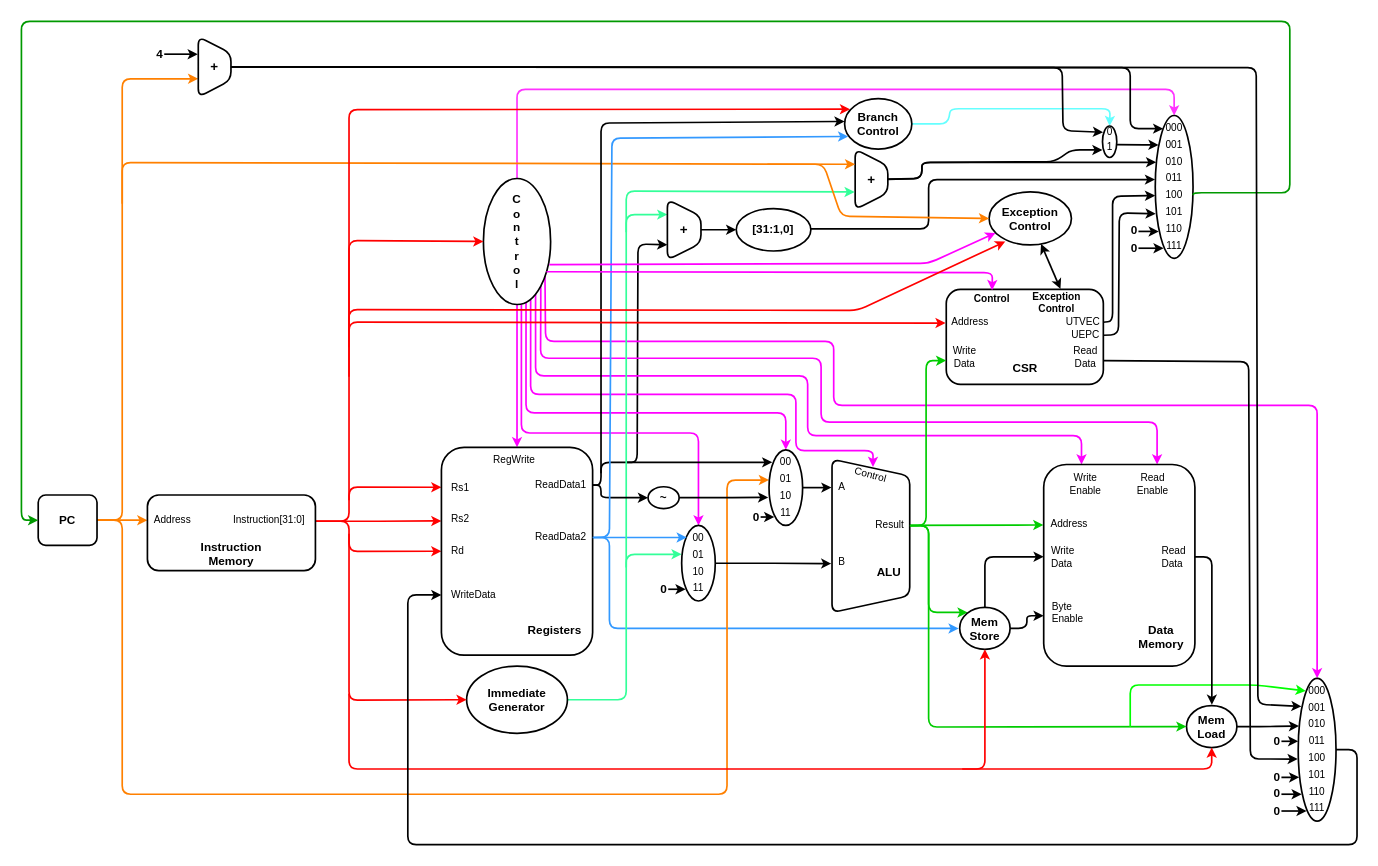
Above: page "RV32I e RV32IM" (1 of 2) of images/diagrams/singlecycle.drawio in arthurbeggs/monografia (draw.io), before the change. Source tidied: cells renumbered, new cells numbered last; positions are measured from the earlier drawing's top-left corner, leaving out a move shared by most shapes. Both pictures are drawn from the tidied source at 84%, with x=0, y=0 at pixel (21, 21).
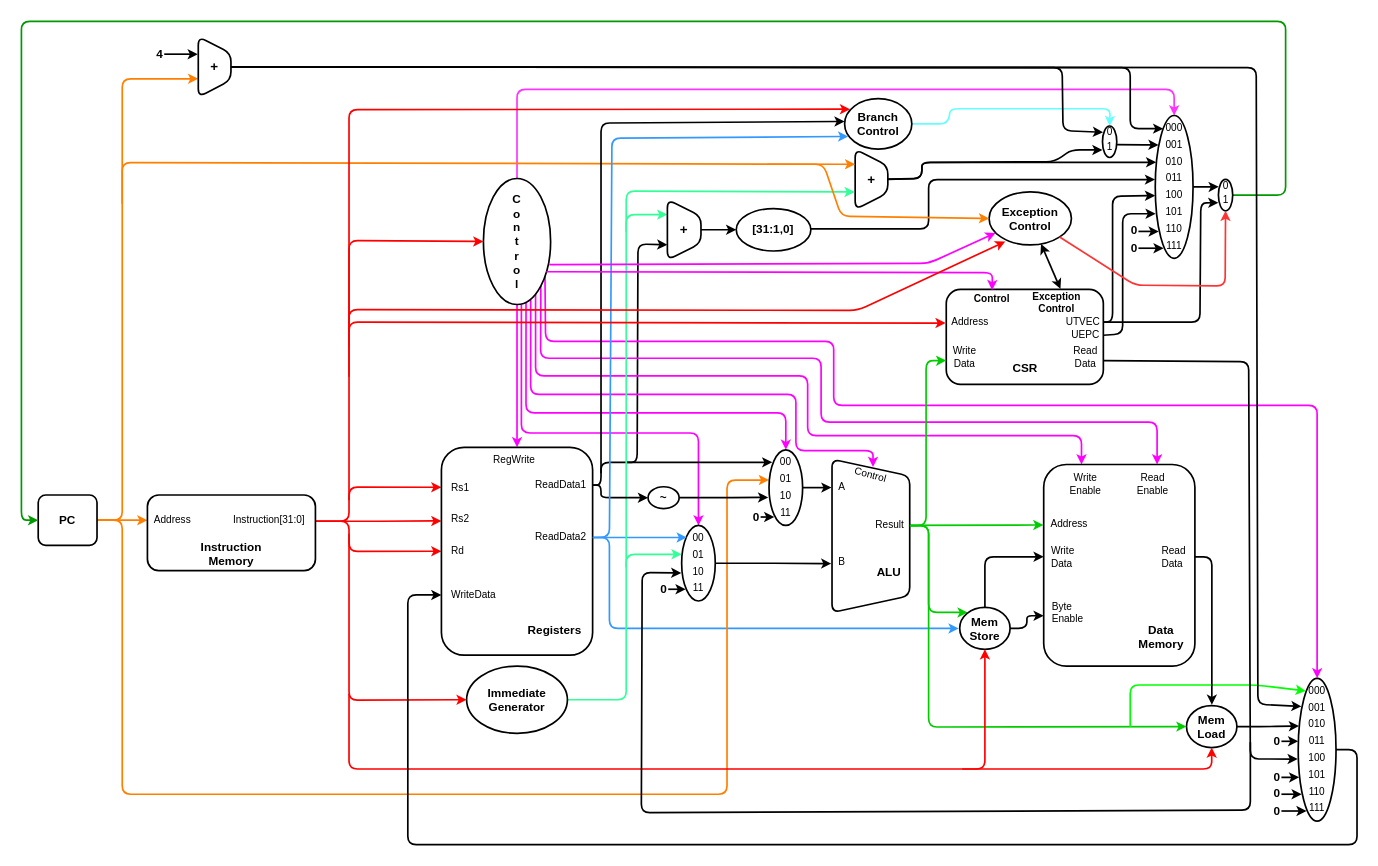
After the change.

Commit message (it also covers changes not shown here):
Finishers Singlecycle diagram and adds multicycle

Unchanged cells that the change refers to:
```xml
<mxCell id="8" value="&lt;b&gt;&lt;font style=&quot;font-size: 14px&quot;&gt;PC&lt;/font&gt;&lt;/b&gt;" style="rounded=1;whiteSpace=wrap;html=1;strokeWidth=2;" parent="1" vertex="1">
  <mxGeometry x="20" y="563.8" width="70" height="60" as="geometry" />
</mxCell>
<mxCell id="37" style="ellipse;whiteSpace=wrap;html=1;rounded=1;strokeWidth=2;align=left;" parent="36" vertex="1">
  <mxGeometry width="40" height="90" as="geometry" />
</mxCell>
<mxCell id="117" style="ellipse;whiteSpace=wrap;html=1;rounded=1;strokeWidth=2;align=left;" parent="116" vertex="1">
  <mxGeometry width="45" height="170" as="geometry" />
</mxCell>
<mxCell id="153" style="rounded=1;whiteSpace=wrap;html=1;strokeWidth=2;" parent="152" vertex="1">
  <mxGeometry width="187" height="113" as="geometry" />
</mxCell>
<mxCell id="169" value="&lt;b style=&quot;font-size: 14px&quot;&gt;Exception&lt;br&gt;Control&lt;/b&gt;" style="ellipse;whiteSpace=wrap;html=1;strokeWidth=2;" parent="1" vertex="1">
  <mxGeometry x="1152" y="203" width="98" height="63" as="geometry" />
</mxCell>
```

What changed in the source:
```diff
@@
-    <mxCell id="130" style="edgeStyle=orthogonalEdgeStyle;rounded=1;jettySize=auto;html=1;entryX=0;entryY=0.5;entryDx=0;entryDy=0;strokeWidth=2;exitX=1.007;exitY=0.558;exitDx=0;exitDy=0;exitPerimeter=0;strokeColor=#009900;" parent="1" edge="1" source="117" target="8">
+    <mxCell id="130" style="edgeStyle=orthogonalEdgeStyle;rounded=1;jettySize=auto;html=1;entryX=0;entryY=0.5;entryDx=0;entryDy=0;strokeWidth=2;strokeColor=#009900;exitX=1;exitY=0.5;exitDx=0;exitDy=0;" parent="1" edge="1" source="182" target="8">
       <mxGeometry relative="1" as="geometry">
         <Array as="points">
-          <mxPoint x="1395" y="204" />
-          <mxPoint x="1510" y="204" />
-          <mxPoint x="1510" />
+          <mxPoint x="1505" y="207" />
+          <mxPoint x="1505" />
           <mxPoint />
           <mxPoint y="594" />
         </Array>
       </mxGeometry>
     </mxCell>
@@
     <mxCell id="164" style="endArrow=classic;html=1;strokeColor=#000000;strokeWidth=2;entryX=0.012;entryY=0.688;entryDx=0;entryDy=0;entryPerimeter=0;exitX=0.999;exitY=0.483;exitDx=0;exitDy=0;exitPerimeter=0;" parent="1" edge="1" source="153" target="117">
       <mxGeometry relative="1" as="geometry">
         <Array as="points">
-          <mxPoint x="1306" y="373" />
-          <mxPoint x="1307" y="228" />
+          <mxPoint x="1311" y="372" />
+          <mxPoint x="1311" y="229" />
         </Array>
       </mxGeometry>
     </mxCell>
@@
+    <mxCell id="181" style="group;" parent="1" vertex="1">
+      <mxGeometry x="1425" y="188" width="17" height="37.5" as="geometry" />
+    </mxCell>
+    <mxCell id="182" style="ellipse;whiteSpace=wrap;html=1;strokeWidth=2;" parent="181" vertex="1">
+      <mxGeometry width="17" height="37.5" as="geometry" />
+    </mxCell>
+    <mxCell id="183" value="0" style="text;html=1;strokeColor=none;fillColor=none;align=center;verticalAlign=middle;whiteSpace=wrap;rounded=0;" parent="181" vertex="1">
+      <mxGeometry x="3.5" y="2.5" width="10" height="10" as="geometry" />
+    </mxCell>
+    <mxCell id="184" value="1" style="text;html=1;strokeColor=none;fillColor=none;align=center;verticalAlign=middle;whiteSpace=wrap;rounded=0;" parent="181" vertex="1">
+      <mxGeometry x="3.5" y="20" width="10" height="10" as="geometry" />
+    </mxCell>
+    <mxCell id="185" style="edgeStyle=orthogonalEdgeStyle;rounded=0;jettySize=auto;html=1;entryX=0.024;entryY=0.236;entryDx=0;entryDy=0;entryPerimeter=0;strokeWidth=2;" parent="1" edge="1" source="117" target="182">
+      <mxGeometry relative="1" as="geometry" />
+    </mxCell>
+    <mxCell id="186" style="endArrow=classic;html=1;entryX=-0.003;entryY=0.742;entryDx=0;entryDy=0;entryPerimeter=0;strokeWidth=2;" parent="1" edge="1" target="182">
+      <mxGeometry relative="1" as="geometry">
+        <mxPoint x="1288" y="358" as="sourcePoint" />
+        <Array as="points">
+          <mxPoint x="1403" y="358" />
+          <mxPoint x="1404" y="216" />
+        </Array>
+      </mxGeometry>
+    </mxCell>
+    <mxCell id="187" style="endArrow=classic;html=1;strokeWidth=2;entryX=0.5;entryY=1;entryDx=0;entryDy=0;exitX=1;exitY=1;exitDx=0;exitDy=0;strokeColor=#FF3333;" parent="1" edge="1" source="169" target="182">
+      <mxGeometry relative="1" as="geometry">
+        <Array as="points">
+          <mxPoint x="1326" y="314" />
+          <mxPoint x="1433" y="315" />
+        </Array>
+      </mxGeometry>
+    </mxCell>
+    <mxCell id="188" style="endArrow=classic;html=1;strokeColor=#000000;strokeWidth=2;entryX=-0.01;entryY=0.629;entryDx=0;entryDy=0;entryPerimeter=0;" parent="1" edge="1" target="37">
+      <mxGeometry relative="1" as="geometry">
+        <mxPoint x="1463" y="858" as="sourcePoint" />
+        <Array as="points">
+          <mxPoint x="1463" y="939" />
+          <mxPoint x="738" y="942" />
+          <mxPoint x="739" y="656" />
+        </Array>
+      </mxGeometry>
+    </mxCell>
```
